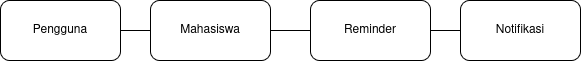
Before: docs/M4/assets/diagram/UC-02_diagram.png, a diagram exported from draw.io (sbxte/IF2150-RPL-K01-G04). Source tidied: cells renumbered, new cells last; positions are measured from the earlier drawing's top-left corner, leaving out a move shared by most shapes. Its diagram source:
```xml
<mxGraphModel>
  <root>
    <mxCell id="0" />
    <mxCell id="1" parent="0" />
    <mxCell id="2" value="Pengguna" style="rounded=1;whiteSpace=wrap;html=1;" parent="1" vertex="1">
      <mxGeometry width="120" height="60" as="geometry" />
    </mxCell>
    <mxCell id="3" style="endArrow=none;html=1;rounded=0;exitX=1;exitY=0.5;exitDx=0;exitDy=0;" parent="1" edge="1" source="2" target="4">
      <mxGeometry relative="1" as="geometry" />
    </mxCell>
    <mxCell id="4" value="Mahasiswa" style="rounded=1;whiteSpace=wrap;html=1;" parent="1" vertex="1">
      <mxGeometry x="150" width="120" height="60" as="geometry" />
    </mxCell>
    <mxCell id="5" style="endArrow=none;html=1;rounded=0;exitX=1;exitY=0.5;exitDx=0;exitDy=0;" parent="1" edge="1" source="4" target="6">
      <mxGeometry relative="1" as="geometry" />
    </mxCell>
    <mxCell id="6" value="Reminder" style="rounded=1;whiteSpace=wrap;html=1;" parent="1" vertex="1">
      <mxGeometry x="310" width="120" height="60" as="geometry" />
    </mxCell>
    <mxCell id="7" style="endArrow=none;html=1;rounded=0;exitX=1;exitY=0.5;exitDx=0;exitDy=0;" parent="1" edge="1" source="6" target="8">
      <mxGeometry relative="1" as="geometry" />
    </mxCell>
    <mxCell id="8" value="Notifikasi" style="rounded=1;whiteSpace=wrap;html=1;" parent="1" vertex="1">
      <mxGeometry x="460" width="120" height="60" as="geometry" />
    </mxCell>
  </root>
</mxGraphModel>
```
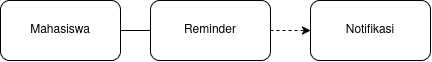
After the change.

Diff of the diagram source:
```diff
@@ -2,12 +2,6 @@
   <root>
     <mxCell id="0" />
     <mxCell id="1" parent="0" />
-    <mxCell id="2" value="Pengguna" style="rounded=1;whiteSpace=wrap;html=1;" parent="1" vertex="1">
-      <mxGeometry width="120" height="60" as="geometry" />
-    </mxCell>
-    <mxCell id="3" style="endArrow=none;html=1;rounded=0;exitX=1;exitY=0.5;exitDx=0;exitDy=0;" parent="1" edge="1" source="2" target="4">
-      <mxGeometry relative="1" as="geometry" />
-    </mxCell>
     <mxCell id="4" value="Mahasiswa" style="rounded=1;whiteSpace=wrap;html=1;" parent="1" vertex="1">
       <mxGeometry x="150" width="120" height="60" as="geometry" />
     </mxCell>
@@ -15,9 +9,9 @@
       <mxGeometry relative="1" as="geometry" />
     </mxCell>
     <mxCell id="6" value="Reminder" style="rounded=1;whiteSpace=wrap;html=1;" parent="1" vertex="1">
-      <mxGeometry x="310" width="120" height="60" as="geometry" />
+      <mxGeometry x="300" width="120" height="60" as="geometry" />
     </mxCell>
-    <mxCell id="7" style="endArrow=none;html=1;rounded=0;exitX=1;exitY=0.5;exitDx=0;exitDy=0;" parent="1" edge="1" source="6" target="8">
+    <mxCell id="7" style="html=1;labelBackgroundColor=#ffffff;startArrow=none;startFill=0;startSize=6;endArrow=classic;endFill=1;endSize=6;jettySize=auto;strokeWidth=1;dashed=1;fontSize=14;rounded=0;exitX=1;exitY=0.5;exitDx=0;exitDy=0;" parent="1" edge="1" source="6" target="8">
       <mxGeometry relative="1" as="geometry" />
     </mxCell>
     <mxCell id="8" value="Notifikasi" style="rounded=1;whiteSpace=wrap;html=1;" parent="1" vertex="1">
```
